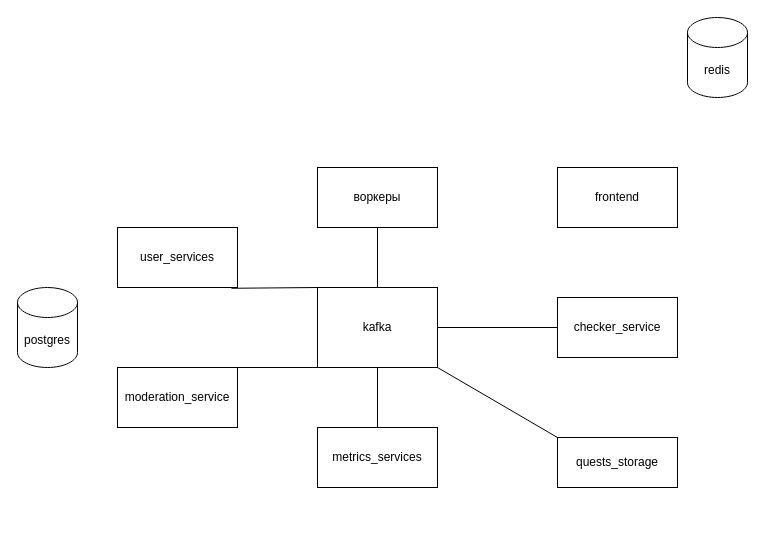
Above: file.drawio in unchainedos/crpt (draw.io), before the change. Source tidied: cells renumbered, new cells numbered last; positions are measured from the earlier drawing's top-left corner, leaving out a move shared by most shapes. Both pictures are drawn from the tidied source at 100%, with x=0, y=0 at pixel (17, 17).
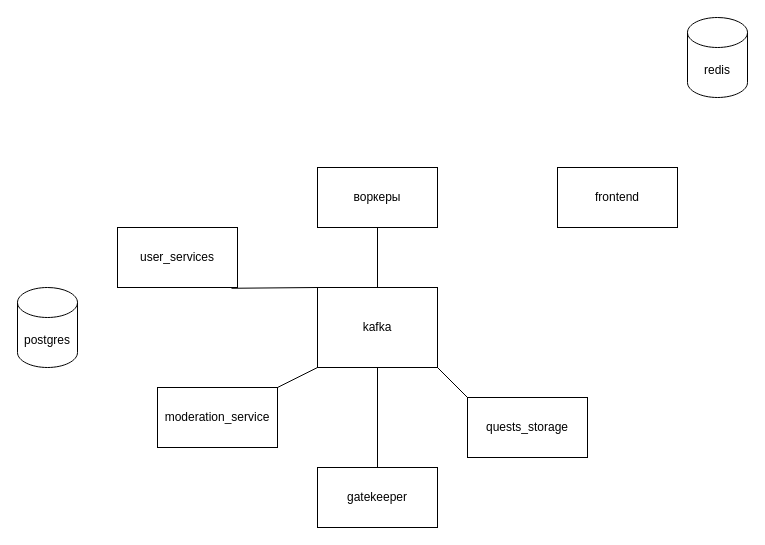
Above is the later version.

Commit message (it also covers changes not shown here):
user service done

Diff of the diagram source:
```diff
@@
 <mxGraphModel>
   <root>
     <mxCell id="0" />
     <mxCell id="1" parent="0" />
     <mxCell id="2" value="kafka" style="rounded=0;whiteSpace=wrap;html=1;" parent="1" vertex="1">
       <mxGeometry x="300" y="270" width="120" height="80" as="geometry" />
     </mxCell>
     <mxCell id="3" value="quests_storage" style="rounded=0;whiteSpace=wrap;html=1;" parent="1" vertex="1">
-      <mxGeometry x="540" y="420" width="120" height="50" as="geometry" />
+      <mxGeometry x="450" y="380" width="120" height="60" as="geometry" />
     </mxCell>
     <mxCell id="4" value="moderation_service" style="rounded=0;whiteSpace=wrap;html=1;" parent="1" vertex="1">
-      <mxGeometry x="100" y="350" width="120" height="60" as="geometry" />
+      <mxGeometry x="140" y="370" width="120" height="60" as="geometry" />
     </mxCell>
     <mxCell id="5" value="user_services" style="rounded=0;whiteSpace=wrap;html=1;" parent="1" vertex="1">
       <mxGeometry x="100" y="210" width="120" height="60" as="geometry" />
     </mxCell>
-    <mxCell id="6" value="metrics_services" style="rounded=0;whiteSpace=wrap;html=1;" parent="1" vertex="1">
-      <mxGeometry x="300" y="410" width="120" height="60" as="geometry" />
-    </mxCell>
-    <mxCell id="7" value="checker_service" style="rounded=0;whiteSpace=wrap;html=1;" parent="1" vertex="1">
-      <mxGeometry x="540" y="280" width="120" height="60" as="geometry" />
-    </mxCell>
     <mxCell id="8" style="endArrow=none;html=1;exitX=0;exitY=0;exitDx=0;exitDy=0;entryX=0.95;entryY=1.013;entryDx=0;entryDy=0;entryPerimeter=0;" parent="1" edge="1" source="2" target="5">
       <mxGeometry relative="1" as="geometry" />
     </mxCell>
     <mxCell id="9" style="endArrow=none;html=1;entryX=0;entryY=1;entryDx=0;entryDy=0;exitX=1;exitY=0;exitDx=0;exitDy=0;" parent="1" edge="1" source="4" target="2">
       <mxGeometry relative="1" as="geometry" />
     </mxCell>
-    <mxCell id="10" style="endArrow=none;html=1;exitX=0.5;exitY=0;exitDx=0;exitDy=0;entryX=0.5;entryY=1;entryDx=0;entryDy=0;" parent="1" edge="1" source="6" target="2">
-      <mxGeometry relative="1" as="geometry" />
-    </mxCell>
     <mxCell id="11" style="endArrow=none;html=1;entryX=1;entryY=1;entryDx=0;entryDy=0;exitX=0;exitY=0;exitDx=0;exitDy=0;" parent="1" edge="1" source="3" target="2">
       <mxGeometry relative="1" as="geometry" />
     </mxCell>
-    <mxCell id="12" style="endArrow=none;html=1;entryX=1;entryY=0.5;entryDx=0;entryDy=0;exitX=0;exitY=0.5;exitDx=0;exitDy=0;" parent="1" edge="1" source="7" target="2">
-      <mxGeometry relative="1" as="geometry" />
-    </mxCell>
     <mxCell id="13" value="воркеры" style="rounded=0;whiteSpace=wrap;html=1;" parent="1" vertex="1">
       <mxGeometry x="300" y="150" width="120" height="60" as="geometry" />
     </mxCell>
     <mxCell id="14" style="endArrow=none;html=1;exitX=0.5;exitY=0;exitDx=0;exitDy=0;entryX=0.5;entryY=1;entryDx=0;entryDy=0;" parent="1" edge="1" source="2" target="13">
       <mxGeometry relative="1" as="geometry" />
     </mxCell>
     <mxCell id="15" value="frontend" style="rounded=0;whiteSpace=wrap;html=1;" parent="1" vertex="1">
       <mxGeometry x="540" y="150" width="120" height="60" as="geometry" />
     </mxCell>
     <mxCell id="16" value="postgres" style="shape=cylinder3;whiteSpace=wrap;html=1;boundedLbl=1;backgroundOutline=1;size=15;" parent="1" vertex="1">
       <mxGeometry y="270" width="60" height="80" as="geometry" />
     </mxCell>
     <mxCell id="17" value="redis" style="shape=cylinder3;whiteSpace=wrap;html=1;boundedLbl=1;backgroundOutline=1;size=15;" parent="1" vertex="1">
       <mxGeometry x="670" width="60" height="80" as="geometry" />
     </mxCell>
+    <mxCell id="18" value="gatekeeper" style="rounded=0;whiteSpace=wrap;html=1;" parent="1" vertex="1">
+      <mxGeometry x="300" y="450" width="120" height="60" as="geometry" />
+    </mxCell>
+    <mxCell id="19" style="endArrow=none;html=1;exitX=0.5;exitY=0;exitDx=0;exitDy=0;entryX=0.5;entryY=1;entryDx=0;entryDy=0;" parent="1" edge="1" source="18" target="2">
+      <mxGeometry relative="1" as="geometry" />
+    </mxCell>
   </root>
 </mxGraphModel>
```
